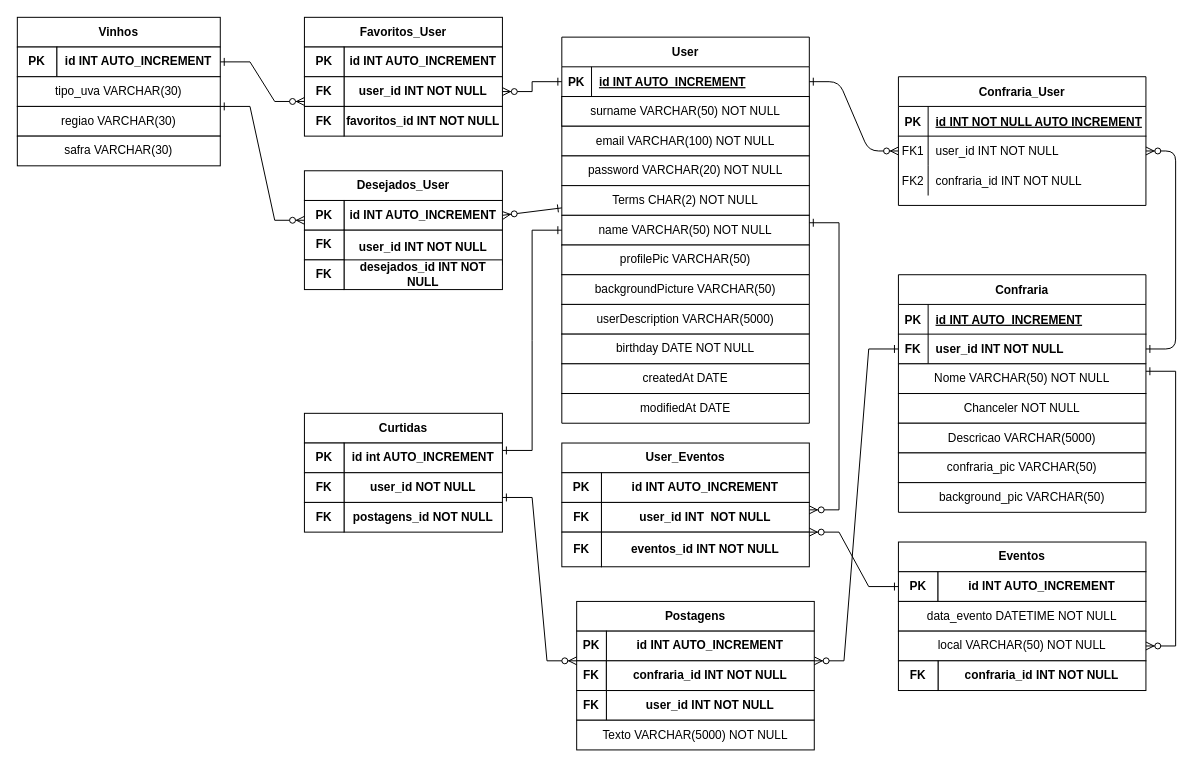
Before: ModeloBancoDeDados.drawio in jairocket/projetoIntegrador-Wined, a draw.io diagram. Source tidied: cells renumbered, new cells numbered last; positions are measured from the earlier drawing's top-left corner, leaving out a move shared by most shapes. Both pictures are drawn from the tidied source at 99%, with x=0, y=0 at pixel (17, 17).
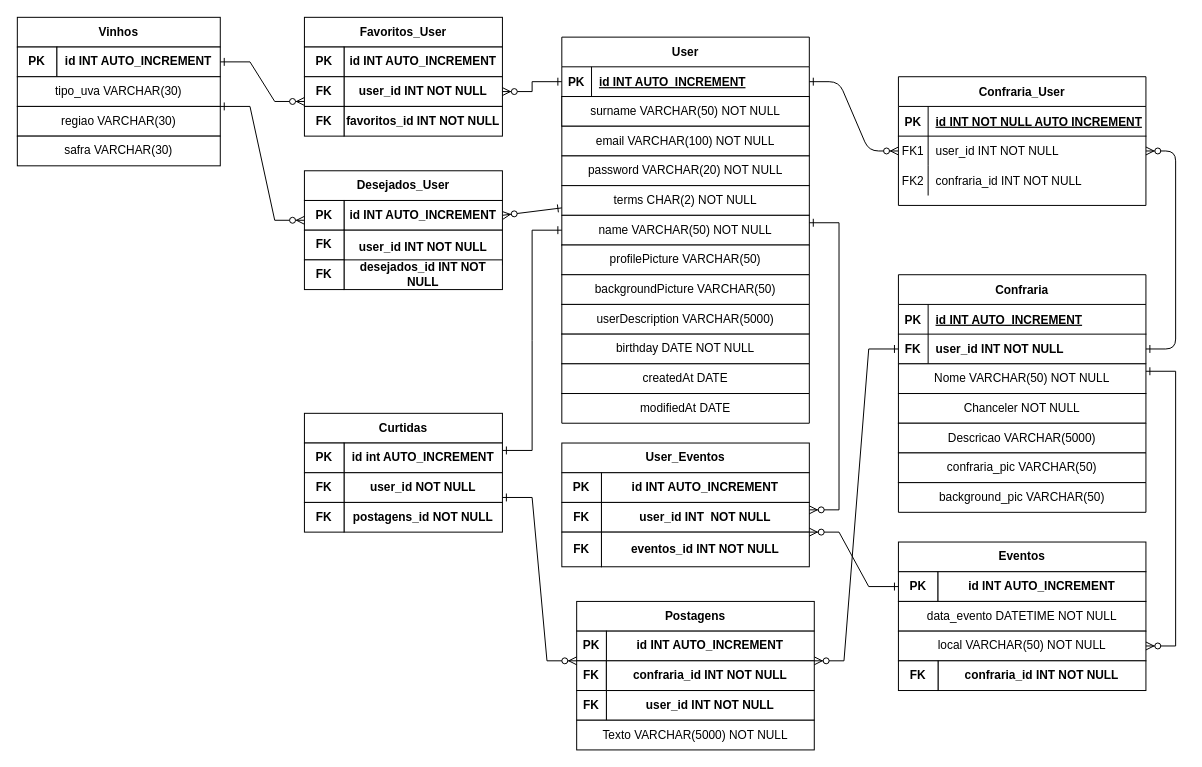
The same page after the edit.

Unchanged cells that the change refers to:
```xml
<mxCell id="96" style="shape=partialRectangle;html=1;whiteSpace=wrap;fillColor=none;top=0;left=0;bottom=0;right=0;" parent="95" vertex="1">
  <mxGeometry width="250" height="30" as="geometry" />
</mxCell>
```

What changed in the source:
```diff
@@
-    <mxCell id="31" value="Terms CHAR(2) NOT NULL" style="rounded=0;whiteSpace=wrap;html=1;" parent="1" vertex="1">
+    <mxCell id="31" value="terms CHAR(2) NOT NULL" style="rounded=0;whiteSpace=wrap;html=1;" parent="1" vertex="1">
       <mxGeometry x="550" y="170" width="250" height="30" as="geometry" />
     </mxCell>
@@
-    <mxCell id="97" value="profilePic VARCHAR(50)" style="shape=partialRectangle;html=1;whiteSpace=wrap;overflow=hidden;fillColor=none;top=0;left=0;bottom=0;right=0;" parent="96" vertex="1">
+    <mxCell id="97" value="profilePicture VARCHAR(50)" style="shape=partialRectangle;html=1;whiteSpace=wrap;overflow=hidden;fillColor=none;top=0;left=0;bottom=0;right=0;" parent="96" vertex="1">
       <mxGeometry width="250" height="30" as="geometry" />
     </mxCell>
```
